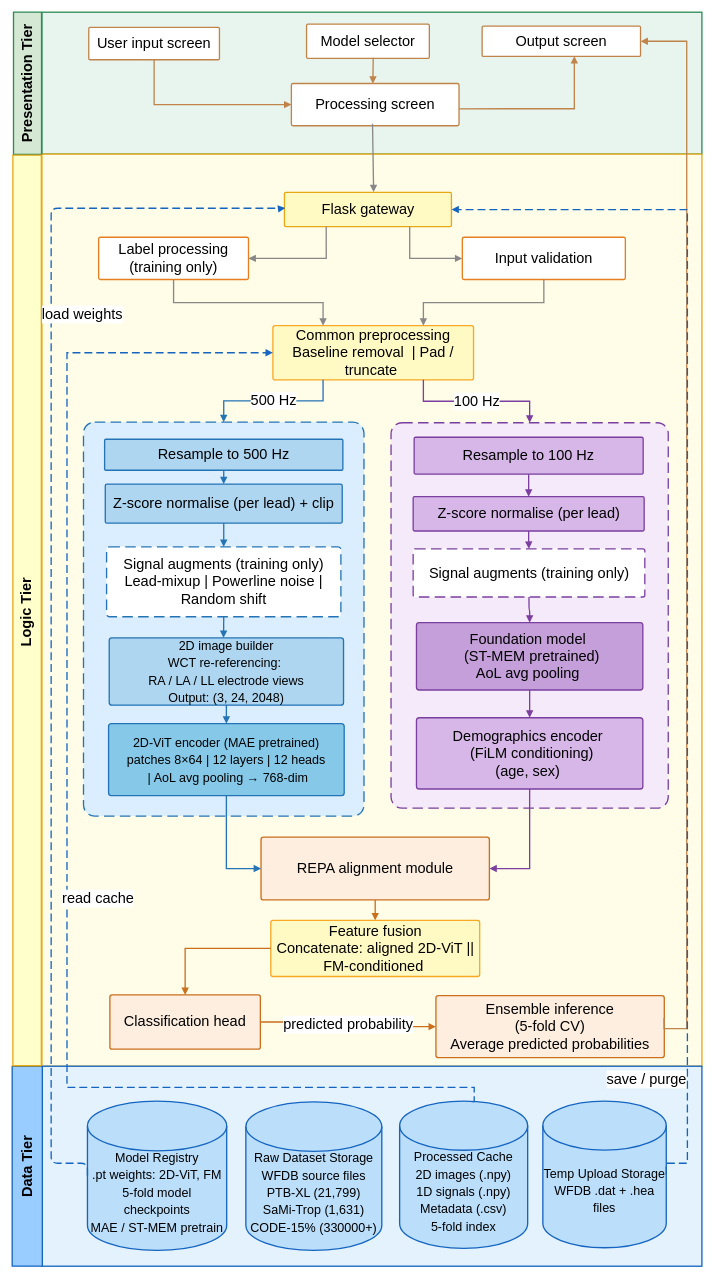
This is Final Diagrams/ChagaSight_Architecture_Thesis.drawio from SanuthMandepa/ChagaSight, a draw.io file, before an edit. Source tidied: cells renumbered, new cells numbered last; positions are measured from the earlier drawing's top-left corner, leaving out a move shared by most shapes. Both pictures are drawn from the tidied source at 66%, with x=0, y=0 at pixel (-428, 12).
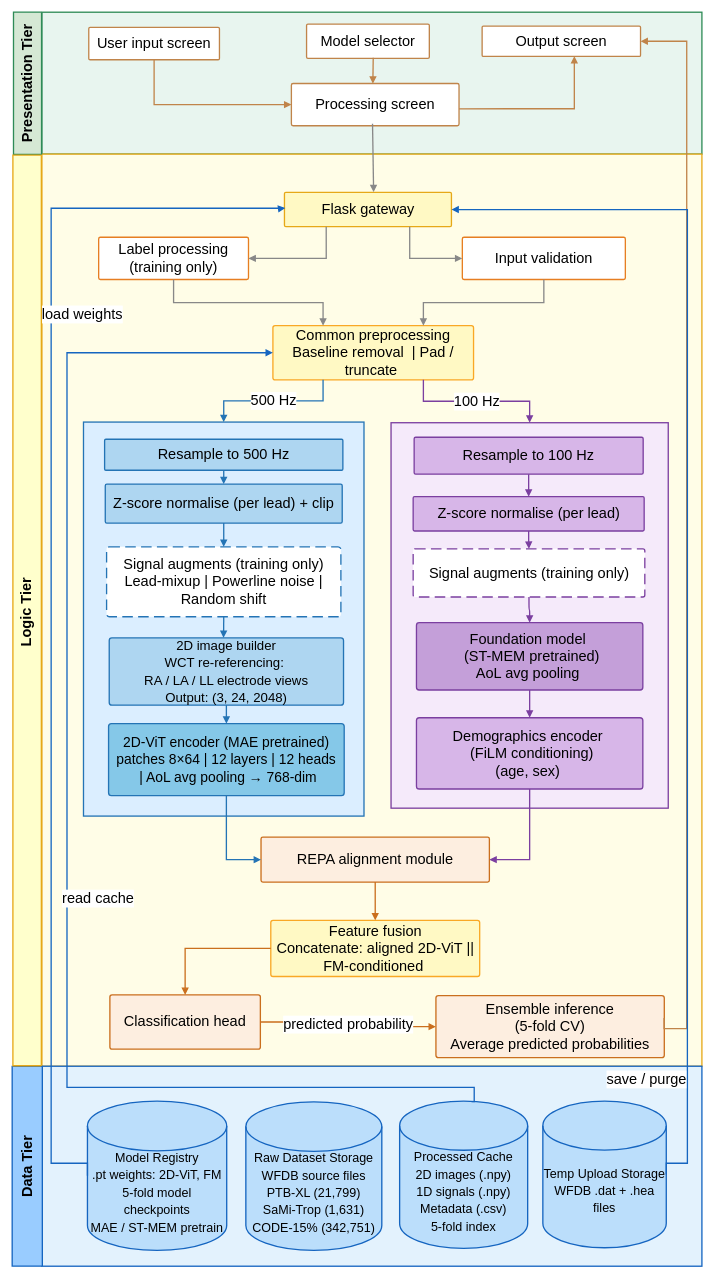
Above is the later version.

Unchanged cells that the change refers to:
```xml
<mxCell id="11" value="&lt;span&gt;Flask gateway&lt;/span&gt;&lt;font&gt;&lt;br&gt;&lt;/font&gt;" style="rounded=1;arcSize=4;whiteSpace=wrap;html=1;fillColor=#fff9c4;strokeColor=#e6a817;strokeWidth=2;fontStyle=0;fontSize=22;fontColor=light-dark(#000000,#000000);align=center;verticalAlign=middle;" parent="1" vertex="1">
  <mxGeometry x="1079.5" y="273" width="253" height="52" as="geometry" />
</mxCell>
<mxCell id="17" value="&lt;span&gt;Common preprocessing&lt;/span&gt;&lt;font&gt;&lt;br&gt;Baseline removal&amp;nbsp; | Pad / truncate&amp;nbsp;&lt;/font&gt;" style="rounded=1;arcSize=4;whiteSpace=wrap;html=1;fillColor=#fff9c4;strokeColor=#f9a825;strokeWidth=2;fontStyle=0;fontSize=22;fontColor=light-dark(#000000,#000000);align=center;verticalAlign=middle;" parent="1" vertex="1">
  <mxGeometry x="1062" y="475" width="304" height="82" as="geometry" />
</mxCell>
<mxCell id="53" value="&lt;div&gt;&lt;span&gt;&lt;font style=&quot;font-size: 19px;&quot;&gt;&lt;br&gt;&lt;/font&gt;&lt;/span&gt;&lt;/div&gt;&lt;span&gt;&lt;font style=&quot;font-size: 19px;&quot;&gt;&lt;div&gt;&lt;span&gt;&lt;br&gt;&lt;/span&gt;&lt;/div&gt;Model Registry&lt;/font&gt;&lt;/span&gt;&lt;font&gt;&lt;font style=&quot;font-size: 19px;&quot;&gt;&lt;br&gt;.pt weights: 2D-ViT, FM&lt;br&gt;5-fold model checkpoints&lt;br&gt;MAE / ST-MEM pretrain&lt;/font&gt;&lt;br&gt;&lt;/font&gt;" style="shape=mxgraph.flowchart.database;whiteSpace=wrap;html=1;fillColor=#bbdefb;strokeColor=#1565c0;strokeWidth=2;fontStyle=0;fontSize=22;fontColor=light-dark(#000000,#000000);align=center;verticalAlign=middle;" parent="1" vertex="1">
  <mxGeometry x="781" y="1650" width="211" height="226" as="geometry" />
</mxCell>
<mxCell id="55" value="&lt;div&gt;&lt;span&gt;&lt;font style=&quot;font-size: 19px;&quot;&gt;&lt;br&gt;&lt;/font&gt;&lt;/span&gt;&lt;/div&gt;&lt;font style=&quot;font-size: 19px;&quot;&gt;&lt;div style=&quot;&quot;&gt;&lt;span&gt;&lt;br&gt;&lt;/span&gt;&lt;/div&gt;Processed Cache&lt;font style=&quot;&quot;&gt;&lt;br&gt;2D images (.npy)&lt;br&gt;1D signals (.npy)&lt;br&gt;Metadata (.csv)&lt;br&gt;5-fold index&lt;/font&gt;&lt;/font&gt;" style="shape=mxgraph.flowchart.database;whiteSpace=wrap;html=1;fillColor=#bbdefb;strokeColor=#1565c0;strokeWidth=2;fontStyle=0;fontSize=22;fontColor=light-dark(#000000,#000000);align=center;verticalAlign=middle;" parent="1" vertex="1">
  <mxGeometry x="1254" y="1650" width="194" height="223" as="geometry" />
</mxCell>
<mxCell id="56" value="&lt;div&gt;&lt;span&gt;&lt;font style=&quot;font-size: 19px;&quot;&gt;&lt;br&gt;&lt;/font&gt;&lt;/span&gt;&lt;/div&gt;&lt;span&gt;&lt;font style=&quot;font-size: 19px;&quot;&gt;&lt;div&gt;&lt;span&gt;&lt;br&gt;&lt;/span&gt;&lt;/div&gt;Temp Upload Storage&lt;/font&gt;&lt;/span&gt;&lt;font&gt;&lt;font style=&quot;font-size: 19px;&quot;&gt;&lt;br&gt;WFDB .dat + .hea files&lt;/font&gt;&lt;br&gt;&lt;/font&gt;" style="shape=mxgraph.flowchart.database;whiteSpace=wrap;html=1;fillColor=#bbdefb;strokeColor=#1565c0;strokeWidth=2;fontStyle=0;fontSize=22;fontColor=light-dark(#000000,#000000);align=center;verticalAlign=middle;" parent="1" vertex="1">
  <mxGeometry x="1471" y="1650" width="187" height="222" as="geometry" />
</mxCell>
```

What changed in the source:
```diff
@@
-    <mxCell id="20" style="rounded=1;arcSize=4;whiteSpace=wrap;html=1;fillColor=#dbeeff;strokeColor=#2474b5;strokeWidth=2;dashed=1;dashPattern=8 4;fontStyle=0;fontSize=22;fontColor=light-dark(#000000,#000000);align=center;verticalAlign=top;" parent="1" vertex="1">
+    <mxCell id="20" style="rounded=0;arcSize=4;whiteSpace=wrap;html=1;fillColor=#dbeeff;strokeColor=#2474b5;strokeWidth=2;fontStyle=0;fontSize=22;fontColor=light-dark(#000000,#000000);align=center;verticalAlign=top;" parent="1" vertex="1">
       <mxGeometry x="775" y="621" width="425" height="597" as="geometry" />
     </mxCell>
-    <mxCell id="21" style="rounded=1;arcSize=4;whiteSpace=wrap;html=1;fillColor=#f5eafa;strokeColor=#7b3fa0;strokeWidth=2;dashed=1;dashPattern=8 4;fontStyle=0;fontSize=22;fontColor=light-dark(#000000,#000000);align=center;verticalAlign=top;" parent="1" vertex="1">
+    <mxCell id="21" style="rounded=0;arcSize=4;whiteSpace=wrap;html=1;fillColor=#f5eafa;strokeColor=#7b3fa0;strokeWidth=2;fontStyle=0;fontSize=22;fontColor=light-dark(#000000,#000000);align=center;verticalAlign=top;" parent="1" vertex="1">
       <mxGeometry x="1241" y="622" width="420" height="584" as="geometry" />
     </mxCell>
@@
-    <mxCell id="27" value="&lt;font style=&quot;font-size: 19px;&quot;&gt;2D image builder&lt;font style=&quot;&quot;&gt;&lt;br&gt;WCT re-referencing:&amp;nbsp;&lt;/font&gt;&lt;/font&gt;&lt;div&gt;&lt;font style=&quot;font-size: 19px;&quot;&gt;RA / LA / LL electrode views&lt;br&gt;Output: (3, 24, 2048)&lt;/font&gt;&lt;/div&gt;" style="rounded=1;arcSize=4;whiteSpace=wrap;html=1;fillColor=#aed6f1;strokeColor=#2474b5;strokeWidth=2;fontStyle=0;fontSize=22;fontColor=light-dark(#000000,#000000);align=center;verticalAlign=middle;" parent="1" vertex="1">
+    <mxCell id="27" value="&lt;font style=&quot;font-size: 20px;&quot;&gt;2D image builder&lt;font style=&quot;&quot;&gt;&lt;br&gt;WCT re-referencing:&amp;nbsp;&lt;/font&gt;&lt;/font&gt;&lt;div&gt;&lt;font style=&quot;font-size: 20px;&quot;&gt;RA / LA / LL electrode views&lt;br&gt;Output: (3, 24, 2048)&lt;/font&gt;&lt;/div&gt;" style="rounded=1;arcSize=4;whiteSpace=wrap;html=1;fillColor=#aed6f1;strokeColor=#2474b5;strokeWidth=2;fontStyle=0;fontSize=22;fontColor=light-dark(#000000,#000000);align=center;verticalAlign=middle;" parent="1" vertex="1">
       <mxGeometry x="814" y="948" width="355" height="102" as="geometry" />
     </mxCell>
-    <mxCell id="28" value="&lt;font style=&quot;font-size: 19px;&quot;&gt;2D-ViT encoder  (MAE pretrained)&lt;font style=&quot;&quot;&gt;&lt;br&gt;patches 8×64 | 12 layers | 12 heads&lt;br&gt;&amp;nbsp;| AoL avg pooling → 768-dim&lt;/font&gt;&lt;/font&gt;" style="rounded=1;arcSize=4;whiteSpace=wrap;html=1;fillColor=#85c8e8;strokeColor=#2474b5;strokeWidth=2;fontStyle=0;fontSize=22;fontColor=light-dark(#000000,#000000);align=center;verticalAlign=middle;" parent="1" vertex="1">
+    <mxCell id="28" value="&lt;font style=&quot;font-size: 21px;&quot;&gt;2D-ViT encoder  (MAE pretrained)&lt;font style=&quot;&quot;&gt;&lt;br&gt;patches 8×64 | 12 layers | 12 heads&lt;br&gt;&amp;nbsp;| AoL avg pooling → 768-dim&lt;/font&gt;&lt;/font&gt;" style="rounded=1;arcSize=4;whiteSpace=wrap;html=1;fillColor=#85c8e8;strokeColor=#2474b5;strokeWidth=2;fontStyle=0;fontSize=22;fontColor=light-dark(#000000,#000000);align=center;verticalAlign=middle;" parent="1" vertex="1">
       <mxGeometry x="813" y="1078" width="357" height="109" as="geometry" />
     </mxCell>
@@
     <mxCell id="42" value="&lt;span&gt;REPA alignment module&lt;/span&gt;&lt;font&gt;&lt;br&gt;&lt;/font&gt;" style="rounded=1;arcSize=4;whiteSpace=wrap;html=1;fillColor=#fdeee0;strokeColor=#ca6f1e;strokeWidth=2;fontStyle=0;fontSize=22;fontColor=light-dark(#000000,#000000);align=center;verticalAlign=middle;" parent="1" vertex="1">
-      <mxGeometry x="1044" y="1250" width="346" height="95" as="geometry" />
+      <mxGeometry x="1044" y="1250" width="346" height="68" as="geometry" />
     </mxCell>
@@
-    <mxCell id="54" value="&lt;div&gt;&lt;span&gt;&lt;font style=&quot;font-size: 19px;&quot;&gt;&lt;br&gt;&lt;/font&gt;&lt;/span&gt;&lt;/div&gt;&lt;font style=&quot;font-size: 19px;&quot;&gt;&lt;div style=&quot;&quot;&gt;&lt;span&gt;&lt;br&gt;&lt;/span&gt;&lt;/div&gt;Raw Dataset Storage&lt;font style=&quot;&quot;&gt;&lt;br&gt;WFDB source files&lt;br&gt;PTB-XL (21,799)&lt;br&gt;SaMi-Trop (1,631)&lt;br&gt;CODE-15% (330000+)&lt;/font&gt;&lt;/font&gt;" style="shape=mxgraph.flowchart.database;whiteSpace=wrap;html=1;fillColor=#bbdefb;strokeColor=#1565c0;strokeWidth=2;fontStyle=0;fontSize=22;fontColor=light-dark(#000000,#000000);align=center;verticalAlign=middle;" parent="1" vertex="1">
+    <mxCell id="54" value="&lt;div&gt;&lt;span&gt;&lt;font style=&quot;font-size: 19px;&quot;&gt;&lt;br&gt;&lt;/font&gt;&lt;/span&gt;&lt;/div&gt;&lt;font style=&quot;font-size: 19px;&quot;&gt;&lt;div style=&quot;&quot;&gt;&lt;span&gt;&lt;br&gt;&lt;/span&gt;&lt;/div&gt;Raw Dataset Storage&lt;font style=&quot;&quot;&gt;&lt;br&gt;WFDB source files&lt;br&gt;PTB-XL (21,799)&lt;br&gt;SaMi-Trop (1,631)&lt;br&gt;CODE-15% (342,751)&lt;/font&gt;&lt;/font&gt;" style="shape=mxgraph.flowchart.database;whiteSpace=wrap;html=1;fillColor=#bbdefb;strokeColor=#1565c0;strokeWidth=2;fontStyle=0;fontSize=22;fontColor=light-dark(#000000,#000000);align=center;verticalAlign=middle;" parent="1" vertex="1">
       <mxGeometry x="1021" y="1651" width="206" height="225" as="geometry" />
     </mxCell>
@@
-    <mxCell id="57" value="load weights" style="html=1;exitX=0;exitY=0.5;exitDx=0;exitDy=0;strokeColor=#1565c0;strokeWidth=2;dashed=1;dashPattern=6 3;endArrow=block;endFill=1;fontSize=22;exitPerimeter=0;edgeStyle=orthogonalEdgeStyle;entryX=0.005;entryY=0.452;entryDx=0;entryDy=0;entryPerimeter=0;fontStyle=0;fontColor=light-dark(#000000,#000000);" parent="1" edge="1" source="53" target="11">
+    <mxCell id="57" value="load weights" style="html=1;exitX=0;exitY=0.5;exitDx=0;exitDy=0;strokeColor=#1565c0;strokeWidth=2;endArrow=block;endFill=1;fontSize=22;exitPerimeter=0;edgeStyle=orthogonalEdgeStyle;entryX=0.005;entryY=0.452;entryDx=0;entryDy=0;entryPerimeter=0;fontStyle=0;fontColor=light-dark(#000000,#000000);rounded=0;curved=0;" parent="1" edge="1" source="53" target="11">
       <mxGeometry x="0.45" y="-47" relative="1" as="geometry">
         <Array as="points">
           <mxPoint x="726" y="1744" />
           <mxPoint x="726" y="297" />
           <mxPoint x="1077" y="297" />
           <mxPoint x="1077" y="296" />
           <mxPoint x="1081" y="296" />
         </Array>
       </mxGeometry>
     </mxCell>
-    <mxCell id="58" value="read cache" style="edgeStyle=orthogonalEdgeStyle;html=1;exitX=0.562;exitY=0.003;exitDx=0;exitDy=0;entryX=0;entryY=0.5;entryDx=0;entryDy=0;strokeColor=#1565c0;strokeWidth=2;dashed=1;dashPattern=6 3;endArrow=block;endFill=1;fontSize=22;exitPerimeter=0;rounded=0;curved=0;fontStyle=0;fontColor=light-dark(#000000,#000000);" parent="1" edge="1" source="55" target="17">
+    <mxCell id="58" value="read cache" style="edgeStyle=orthogonalEdgeStyle;html=1;exitX=0.562;exitY=0.003;exitDx=0;exitDy=0;entryX=0;entryY=0.5;entryDx=0;entryDy=0;strokeColor=#1565c0;strokeWidth=2;endArrow=block;endFill=1;fontSize=22;exitPerimeter=0;rounded=0;curved=0;fontStyle=0;fontColor=light-dark(#000000,#000000);" parent="1" edge="1" source="55" target="17">
       <mxGeometry x="-0.1" y="-47" relative="1" as="geometry">
         <Array as="points">
           <mxPoint x="1367" y="1629" />
           <mxPoint x="750" y="1629" />
           <mxPoint x="750" y="516" />
         </Array>
         <mxPoint y="1" as="offset" />
       </mxGeometry>
     </mxCell>
-    <mxCell id="59" value="save / purge" style="edgeStyle=orthogonalEdgeStyle;html=1;exitX=1;exitY=0.5;exitDx=0;exitDy=0;entryX=1;entryY=0.5;entryDx=0;entryDy=0;strokeColor=#1565c0;strokeWidth=2;dashed=1;dashPattern=6 3;endArrow=block;endFill=1;fontSize=22;exitPerimeter=0;rounded=0;curved=0;fontStyle=0;fontColor=light-dark(#000000,#000000);" parent="1" edge="1" source="56" target="11">
+    <mxCell id="59" value="save / purge" style="edgeStyle=orthogonalEdgeStyle;html=1;exitX=1;exitY=0.5;exitDx=0;exitDy=0;entryX=1;entryY=0.5;entryDx=0;entryDy=0;strokeColor=#1565c0;strokeWidth=2;endArrow=block;endFill=1;fontSize=22;exitPerimeter=0;rounded=0;curved=0;fontStyle=0;fontColor=light-dark(#000000,#000000);" parent="1" edge="1" source="56" target="11">
       <mxGeometry x="-0.81" y="62" relative="1" as="geometry">
         <Array as="points">
           <mxPoint x="1658" y="1744" />
           <mxPoint x="1690" y="1744" />
           <mxPoint x="1690" y="299" />
         </Array>
       </mxGeometry>
     </mxCell>
```
